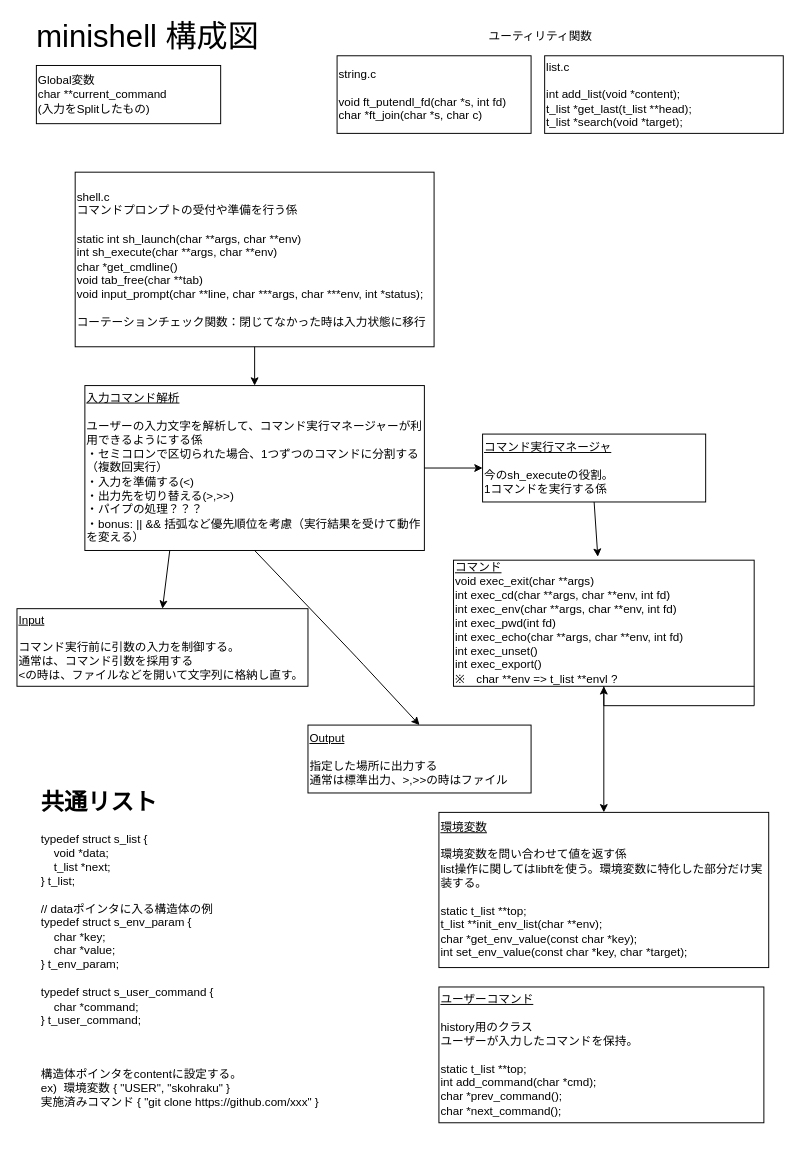
This is diagram.drawio from Toshiki-Nakamura/minishell, a draw.io file, before an edit. Source tidied: cells renumbered, new cells numbered last; positions are measured from the earlier drawing's top-left corner, leaving out a move shared by most shapes. Both pictures are drawn from the tidied source at 97%, with x=0, y=0 at pixel (16, 16).
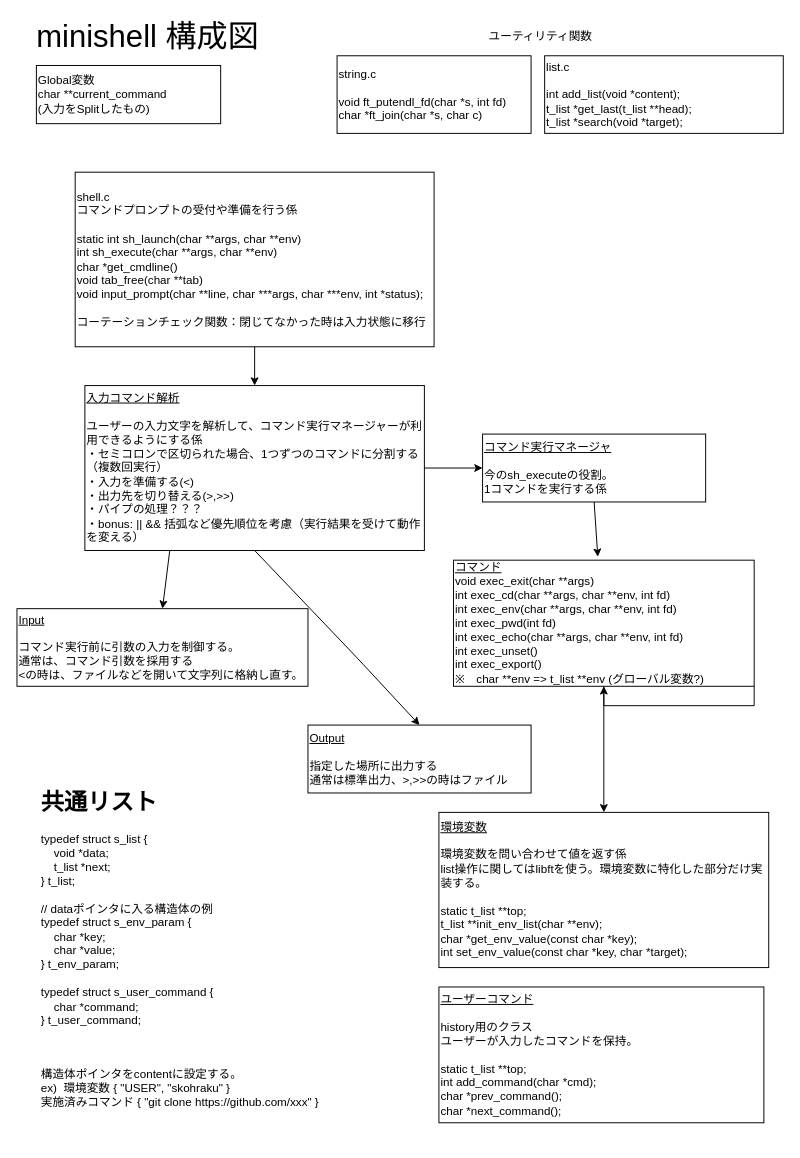
After the change.

Commit message:
fix diagram, command

What changed in the source:
```diff
@@
-    <mxCell id="5" value="&lt;u&gt;コマンド&lt;br&gt;&lt;/u&gt;void exec_exit(char **args)&lt;br&gt;int exec_cd(char **args, char **env, int fd)&lt;br&gt;int exec_env(char **args, char **env, int fd)&lt;br&gt;int exec_pwd(int fd)&lt;br&gt;int exec_echo(char **args, char **env, int fd)&lt;br&gt;int exec_unset()&lt;br&gt;int exec_export()&lt;br&gt;※　char **env =&amp;gt; t_list **envl ?" style="whiteSpace=wrap;html=1;align=left;" parent="1" vertex="1">
+    <mxCell id="5" value="&lt;u&gt;コマンド&lt;br&gt;&lt;/u&gt;void exec_exit(char **args)&lt;br&gt;int exec_cd(char **args, char **env, int fd)&lt;br&gt;int exec_env(char **args, char **env, int fd)&lt;br&gt;int exec_pwd(int fd)&lt;br&gt;int exec_echo(char **args, char **env, int fd)&lt;br&gt;int exec_unset()&lt;br&gt;int exec_export()&lt;br&gt;※　char **env =&amp;gt; t_list **env (グローバル変数?)&amp;nbsp;" style="whiteSpace=wrap;html=1;align=left;" parent="1" vertex="1">
       <mxGeometry x="450" y="560" width="310" height="130" as="geometry" />
     </mxCell>
```
